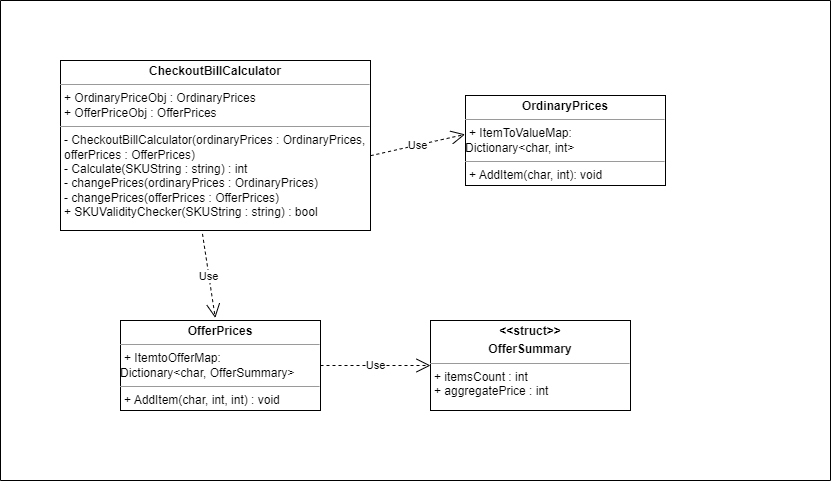
Earlier version of the draw.io export CheckoutSystemDesign.png (elementalneil/CheckoutSystem). Source tidied: cells renumbered, new cells last; positions are measured from the earlier drawing's top-left corner, leaving out a move shared by most shapes.
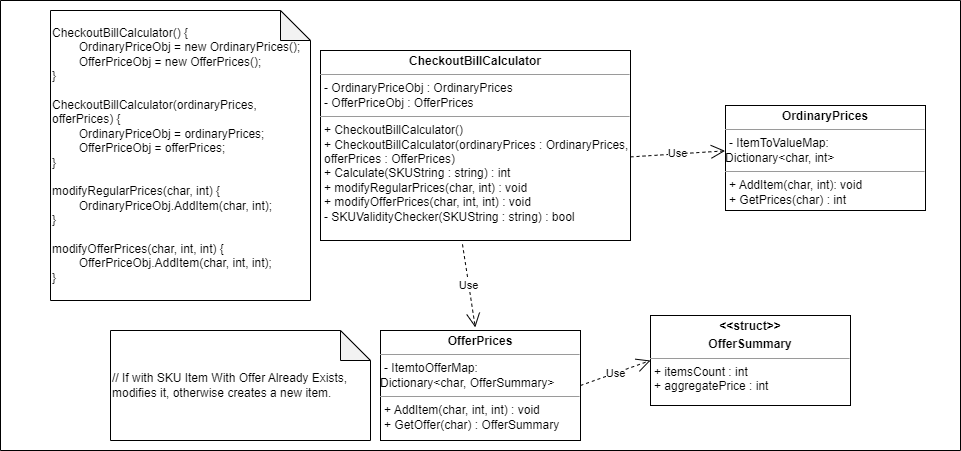
Later version of the same file.

Commit message:
Updated Design Diagram

Change to the diagram source:
```diff
@@ -2,14 +2,14 @@
   <root>
     <mxCell id="0" />
     <mxCell id="1" parent="0" />
-    <mxCell id="2" value="&lt;p style=&quot;margin:0px;margin-top:4px;text-align:center;&quot;&gt;&lt;b&gt;CheckoutBillCalculator&lt;/b&gt;&lt;/p&gt;&lt;hr size=&quot;1&quot;&gt;&lt;p style=&quot;margin:0px;margin-left:4px;&quot;&gt;+ OrdinaryPriceObj : OrdinaryPrices&lt;/p&gt;&lt;p style=&quot;margin:0px;margin-left:4px;&quot;&gt;+ OfferPriceObj : OfferPrices&lt;/p&gt;&lt;hr size=&quot;1&quot;&gt;&lt;p style=&quot;margin:0px;margin-left:4px;&quot;&gt;- CheckoutBillCalculator(ordinaryPrices : OrdinaryPrices, offerPrices : OfferPrices)&lt;/p&gt;&lt;p style=&quot;margin:0px;margin-left:4px;&quot;&gt;- Calculate(SKUString : string) : int&lt;/p&gt;&lt;p style=&quot;margin:0px;margin-left:4px;&quot;&gt;- changePrices(ordinaryPrices : OrdinaryPrices)&lt;/p&gt;&lt;p style=&quot;margin:0px;margin-left:4px;&quot;&gt;- changePrices(offerPrices : OfferPrices)&lt;/p&gt;&lt;p style=&quot;margin:0px;margin-left:4px;&quot;&gt;+ SKUValidityChecker(SKUString : string) : bool&lt;/p&gt;" style="verticalAlign=top;align=left;overflow=fill;fontSize=12;fontFamily=Helvetica;html=1;whiteSpace=wrap;" parent="1" vertex="1">
-      <mxGeometry x="60" y="60" width="310" height="170" as="geometry" />
+    <mxCell id="2" value="&lt;p style=&quot;margin:0px;margin-top:4px;text-align:center;&quot;&gt;&lt;b&gt;CheckoutBillCalculator&lt;/b&gt;&lt;/p&gt;&lt;hr size=&quot;1&quot;&gt;&lt;p style=&quot;margin:0px;margin-left:4px;&quot;&gt;- OrdinaryPriceObj : OrdinaryPrices&lt;/p&gt;&lt;p style=&quot;margin:0px;margin-left:4px;&quot;&gt;- OfferPriceObj : OfferPrices&lt;/p&gt;&lt;hr size=&quot;1&quot;&gt;&lt;p style=&quot;margin:0px;margin-left:4px;&quot;&gt;+ CheckoutBillCalculator()&lt;/p&gt;&lt;p style=&quot;margin:0px;margin-left:4px;&quot;&gt;+ CheckoutBillCalculator(ordinaryPrices : OrdinaryPrices, offerPrices : OfferPrices)&lt;/p&gt;&lt;p style=&quot;margin:0px;margin-left:4px;&quot;&gt;+ Calculate(SKUString : string) : int&lt;/p&gt;&lt;p style=&quot;margin:0px;margin-left:4px;&quot;&gt;+ modifyRegularPrices(char, int) : void&lt;/p&gt;&lt;p style=&quot;margin:0px;margin-left:4px;&quot;&gt;+ modifyOfferPrices(char, int, int) : void&lt;/p&gt;&lt;p style=&quot;margin:0px;margin-left:4px;&quot;&gt;- SKUValidityChecker(SKUString : string) : bool&lt;/p&gt;" style="verticalAlign=top;align=left;overflow=fill;fontSize=12;fontFamily=Helvetica;html=1;whiteSpace=wrap;" parent="1" vertex="1">
+      <mxGeometry x="60" y="40" width="310" height="190" as="geometry" />
     </mxCell>
-    <mxCell id="3" value="&lt;p style=&quot;margin:0px;margin-top:4px;text-align:center;&quot;&gt;&lt;b&gt;OrdinaryPrices&lt;/b&gt;&lt;/p&gt;&lt;hr size=&quot;1&quot;&gt;&lt;p style=&quot;border-color: var(--border-color); margin: 0px 0px 0px 4px;&quot;&gt;+ ItemToValueMap:&lt;/p&gt;Dictionary&amp;lt;char, int&amp;gt;&lt;p style=&quot;margin:0px;margin-left:4px;&quot;&gt;&lt;/p&gt;&lt;hr size=&quot;1&quot;&gt;&lt;p style=&quot;margin:0px;margin-left:4px;&quot;&gt;+ AddItem(char, int): void&lt;/p&gt;" style="verticalAlign=top;align=left;overflow=fill;fontSize=12;fontFamily=Helvetica;html=1;whiteSpace=wrap;" parent="1" vertex="1">
-      <mxGeometry x="465" y="95" width="200" height="90" as="geometry" />
+    <mxCell id="3" value="&lt;p style=&quot;margin:0px;margin-top:4px;text-align:center;&quot;&gt;&lt;b&gt;OrdinaryPrices&lt;/b&gt;&lt;/p&gt;&lt;hr size=&quot;1&quot;&gt;&lt;p style=&quot;border-color: var(--border-color); margin: 0px 0px 0px 4px;&quot;&gt;- ItemToValueMap:&lt;/p&gt;Dictionary&amp;lt;char, int&amp;gt;&lt;p style=&quot;margin:0px;margin-left:4px;&quot;&gt;&lt;/p&gt;&lt;hr size=&quot;1&quot;&gt;&lt;p style=&quot;margin:0px;margin-left:4px;&quot;&gt;+ AddItem(char, int): void&lt;/p&gt;&lt;p style=&quot;margin:0px;margin-left:4px;&quot;&gt;+ GetPrices(char) : int&lt;/p&gt;&lt;p style=&quot;margin:0px;margin-left:4px;&quot;&gt;&lt;br&gt;&lt;/p&gt;" style="verticalAlign=top;align=left;overflow=fill;fontSize=12;fontFamily=Helvetica;html=1;whiteSpace=wrap;" parent="1" vertex="1">
+      <mxGeometry x="465" y="95" width="200" height="105" as="geometry" />
     </mxCell>
-    <mxCell id="4" value="&lt;p style=&quot;margin:0px;margin-top:4px;text-align:center;&quot;&gt;&lt;b&gt;OfferPrices&lt;/b&gt;&lt;/p&gt;&lt;hr size=&quot;1&quot;&gt;&lt;p style=&quot;border-color: var(--border-color); margin: 0px 0px 0px 4px;&quot;&gt;+ ItemtoOfferMap:&lt;/p&gt;Dictionary&amp;lt;char, OfferSummary&amp;gt;&lt;p style=&quot;margin:0px;margin-left:4px;&quot;&gt;&lt;/p&gt;&lt;hr size=&quot;1&quot;&gt;&lt;p style=&quot;margin:0px;margin-left:4px;&quot;&gt;+ AddItem(char, int, int) : void&lt;/p&gt;" style="verticalAlign=top;align=left;overflow=fill;fontSize=12;fontFamily=Helvetica;html=1;whiteSpace=wrap;" parent="1" vertex="1">
-      <mxGeometry x="120" y="320" width="200" height="90" as="geometry" />
+    <mxCell id="4" value="&lt;p style=&quot;margin:0px;margin-top:4px;text-align:center;&quot;&gt;&lt;b&gt;OfferPrices&lt;/b&gt;&lt;/p&gt;&lt;hr size=&quot;1&quot;&gt;&lt;p style=&quot;border-color: var(--border-color); margin: 0px 0px 0px 4px;&quot;&gt;- ItemtoOfferMap:&lt;/p&gt;Dictionary&amp;lt;char, OfferSummary&amp;gt;&lt;p style=&quot;margin:0px;margin-left:4px;&quot;&gt;&lt;/p&gt;&lt;hr size=&quot;1&quot;&gt;&lt;p style=&quot;margin:0px;margin-left:4px;&quot;&gt;+ AddItem(char, int, int) : void&lt;/p&gt;&lt;p style=&quot;margin:0px;margin-left:4px;&quot;&gt;+ GetOffer(char) : OfferSummary&lt;/p&gt;" style="verticalAlign=top;align=left;overflow=fill;fontSize=12;fontFamily=Helvetica;html=1;whiteSpace=wrap;" parent="1" vertex="1">
+      <mxGeometry x="120" y="320" width="200" height="110" as="geometry" />
     </mxCell>
     <mxCell id="5" value="Use" style="endArrow=open;endSize=12;dashed=1;html=1;rounded=0;exitX=0.458;exitY=1.02;exitDx=0;exitDy=0;exitPerimeter=0;entryX=0.474;entryY=-0.028;entryDx=0;entryDy=0;entryPerimeter=0;" parent="1" edge="1" source="2" target="4">
       <mxGeometry relative="1" as="geometry" />
@@ -18,13 +18,19 @@
       <mxGeometry relative="1" as="geometry" />
     </mxCell>
     <mxCell id="7" style="swimlane;startSize=0;" parent="1" vertex="1">
-      <mxGeometry width="830" height="480" as="geometry" />
+      <mxGeometry x="-260" y="-10" width="960" height="450" as="geometry" />
     </mxCell>
     <mxCell id="8" value="&lt;p style=&quot;margin:0px;margin-top:4px;text-align:center;&quot;&gt;&lt;b&gt;&amp;lt;&amp;lt;struct&amp;gt;&amp;gt;&lt;/b&gt;&lt;/p&gt;&lt;p style=&quot;margin:0px;margin-top:4px;text-align:center;&quot;&gt;&lt;b&gt;OfferSummary&lt;/b&gt;&lt;/p&gt;&lt;hr size=&quot;1&quot;&gt;&lt;p style=&quot;border-color: var(--border-color); margin: 0px 0px 0px 4px;&quot;&gt;+ itemsCount : int&lt;/p&gt;&lt;p style=&quot;border-color: var(--border-color); margin: 0px 0px 0px 4px;&quot;&gt;+ aggregatePrice : int&lt;/p&gt;" style="verticalAlign=top;align=left;overflow=fill;fontSize=12;fontFamily=Helvetica;html=1;whiteSpace=wrap;" parent="7" vertex="1">
-      <mxGeometry x="430" y="320" width="200" height="90" as="geometry" />
+      <mxGeometry x="650" y="315" width="200" height="90" as="geometry" />
     </mxCell>
-    <mxCell id="9" value="Use" style="endArrow=open;endSize=12;dashed=1;html=1;rounded=0;exitX=1;exitY=0.5;exitDx=0;exitDy=0;entryX=0;entryY=0.5;entryDx=0;entryDy=0;" parent="1" edge="1" source="4" target="8">
-      <mxGeometry relative="1" as="geometry" />
+    <mxCell id="9" value="CheckoutBillCalculator() {&lt;br&gt;&lt;span style=&quot;white-space: pre;&quot;&gt;&#9;&lt;/span&gt;OrdinaryPriceObj = new OrdinaryPrices();&lt;br&gt;&lt;span style=&quot;white-space: pre;&quot;&gt;&#9;&lt;/span&gt;OfferPriceObj = new OfferPrices();&lt;br&gt;}&lt;br&gt;&lt;br&gt;CheckoutBillCalculator(ordinaryPrices, offerPrices) {&lt;br&gt;&lt;span style=&quot;white-space: pre;&quot;&gt;&#9;&lt;/span&gt;OrdinaryPriceObj = ordinaryPrices;&lt;br&gt;&lt;span style=&quot;white-space: pre;&quot;&gt;&#9;&lt;/span&gt;OfferPriceObj = offerPrices;&lt;br&gt;}&lt;br&gt;&lt;br&gt;modifyRegularPrices(char, int) {&lt;br&gt;&lt;span style=&quot;white-space: pre;&quot;&gt;&#9;&lt;/span&gt;OrdinaryPriceObj.AddItem(char, int);&lt;br&gt;}&lt;br&gt;&lt;br&gt;modifyOfferPrices(char, int, int) {&lt;br&gt;&lt;span style=&quot;white-space: pre;&quot;&gt;&#9;&lt;/span&gt;OfferPriceObj.AddItem(char, int, int);&lt;br&gt;}" style="shape=note;whiteSpace=wrap;html=1;backgroundOutline=1;darkOpacity=0.05;align=left;" parent="7" vertex="1">
+      <mxGeometry x="50" y="10" width="260" height="290" as="geometry" />
     </mxCell>
+    <mxCell id="10" value="// If with SKU Item With Offer Already Exists, modifies it, otherwise creates a new item." style="shape=note;whiteSpace=wrap;html=1;backgroundOutline=1;darkOpacity=0.05;align=left;" parent="7" vertex="1">
+      <mxGeometry x="110" y="330" width="260" height="110" as="geometry" />
+    </mxCell>
+    <mxCell id="11" value="Use" style="endArrow=open;endSize=12;dashed=1;html=1;rounded=0;exitX=1;exitY=0.5;exitDx=0;exitDy=0;entryX=0;entryY=0.5;entryDx=0;entryDy=0;" parent="1" edge="1" source="4" target="8">
+      <mxGeometry relative="1" as="geometry" />
+    </mxCell>
   </root>
 </mxGraphModel>
```
